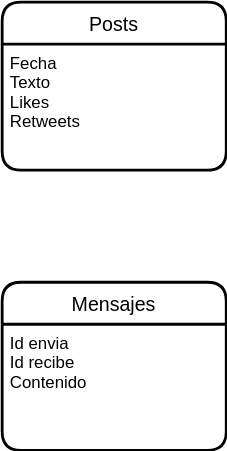
Earlier version of the draw.io export UD12-16.svg (Jimxx22/C3-UD11-UML). Source tidied: cells renumbered, new cells last; positions are measured from the earlier drawing's top-left corner, leaving out a move shared by most shapes. Its diagram source:
```xml
<mxGraphModel>
  <root>
    <mxCell id="0" />
    <mxCell id="1" parent="0" />
    <mxCell id="2" value="Posts" style="swimlane;horizontal=1;startSize=30;rounded=1;fontSize=14;fontStyle=0;strokeWidth=2;shadow=0;dashed=0;align=center;" parent="1" vertex="1">
      <mxGeometry width="160" height="120" as="geometry" />
    </mxCell>
    <mxCell id="3" value="Fecha&#10;Texto&#10;Likes&#10;Retweets&#10;" style="align=left;strokeColor=none;fillColor=none;spacingLeft=4;fontSize=12;verticalAlign=top;" parent="2" vertex="1">
      <mxGeometry y="30" width="160" height="90" as="geometry" />
    </mxCell>
    <mxCell id="4" value="Mensajes" style="swimlane;horizontal=1;startSize=30;rounded=1;fontSize=14;fontStyle=0;strokeWidth=2;shadow=0;dashed=0;align=center;" parent="1" vertex="1">
      <mxGeometry y="200" width="160" height="120" as="geometry" />
    </mxCell>
    <mxCell id="5" value="Id envia&#10;Id recibe&#10;Contenido&#10;" style="align=left;strokeColor=none;fillColor=none;spacingLeft=4;fontSize=12;verticalAlign=top;" parent="4" vertex="1">
      <mxGeometry y="30" width="160" height="90" as="geometry" />
    </mxCell>
  </root>
</mxGraphModel>
```
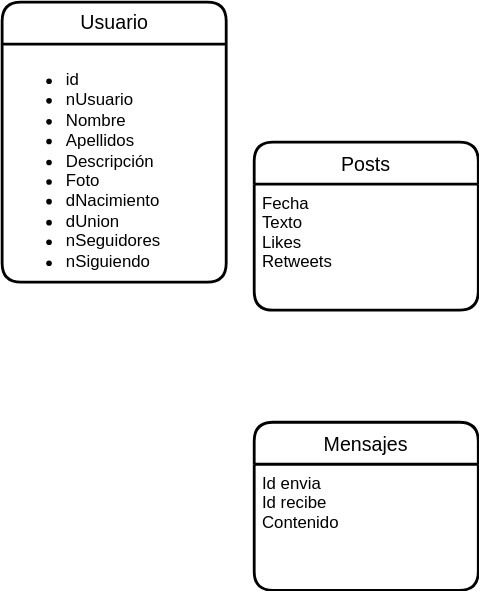
After the commit.

The edit, as a diff of the source:
```diff
@@ -2,6 +2,12 @@
   <root>
     <mxCell id="0" />
     <mxCell id="1" parent="0" />
+    <mxCell id="6" value="Usuario" style="swimlane;horizontal=1;startSize=30;rounded=1;fontSize=14;fontStyle=0;strokeWidth=2;shadow=0;dashed=0;align=center;labelBackgroundColor=none;html=1;" parent="1" vertex="1">
+      <mxGeometry x="-180" y="-100" width="160" height="200" as="geometry" />
+    </mxCell>
+    <mxCell id="7" value="&lt;ul&gt;&lt;li&gt;id&lt;/li&gt;&lt;li&gt;nUsuario&lt;/li&gt;&lt;li&gt;Nombre&lt;/li&gt;&lt;li&gt;Apellidos&lt;/li&gt;&lt;li&gt;Descripción&lt;/li&gt;&lt;li&gt;Foto&lt;/li&gt;&lt;li&gt;dNacimiento&lt;/li&gt;&lt;li&gt;dUnion&lt;/li&gt;&lt;li&gt;nSeguidores&lt;/li&gt;&lt;li&gt;nSiguiendo&lt;/li&gt;&lt;/ul&gt;" style="align=left;strokeColor=none;fillColor=none;spacingLeft=4;fontSize=12;verticalAlign=top;labelBackgroundColor=none;html=1;" parent="6" vertex="1">
+      <mxGeometry y="30" width="160" height="170" as="geometry" />
+    </mxCell>
     <mxCell id="2" value="Posts" style="swimlane;horizontal=1;startSize=30;rounded=1;fontSize=14;fontStyle=0;strokeWidth=2;shadow=0;dashed=0;align=center;" parent="1" vertex="1">
       <mxGeometry width="160" height="120" as="geometry" />
     </mxCell>
```
